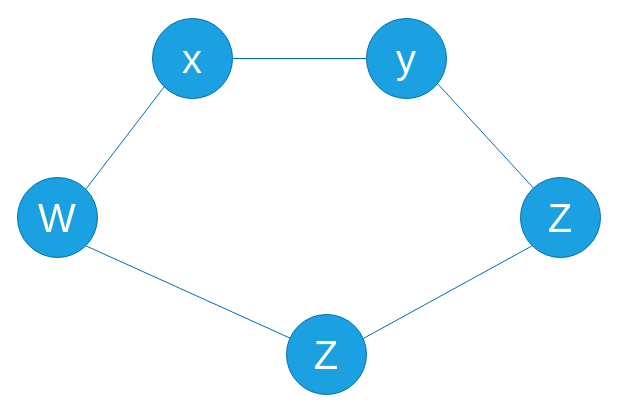
Earlier version of the draw.io diagram page "Shortest Path" (4 of 5) of code/graph/graphPracticeFreeCodecamp/user.dio (ArshilHapani/DSA-Practice). Source tidied: cells renumbered, new cells numbered last; positions are measured from the earlier drawing's top-left corner, leaving out a move shared by most shapes. Both pictures are drawn from the tidied source at 100%, with x=0, y=0 at pixel (17, 18).
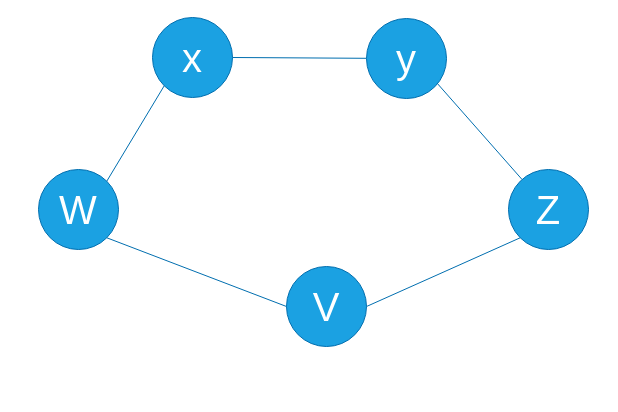
Above is the later version.

The edit, as a diff of the source:
```diff
@@
 <mxGraphModel>
   <root>
     <mxCell id="0" />
     <mxCell id="1" parent="0" />
     <mxCell id="2" style="edgeStyle=none;html=1;endArrow=none;endFill=0;strokeColor=#006EAF;fillColor=#1ba1e2;fontSize=40;" parent="1" edge="1" source="3" target="4">
       <mxGeometry relative="1" as="geometry" />
     </mxCell>
     <mxCell id="3" value="x" style="ellipse;whiteSpace=wrap;html=1;strokeColor=#006EAF;fillColor=#1ba1e2;fontColor=#ffffff;fontSize=40;" parent="1" vertex="1">
-      <mxGeometry x="135" width="80" height="80" as="geometry" />
+      <mxGeometry x="135" y="-1" width="80" height="80" as="geometry" />
     </mxCell>
     <mxCell id="4" value="y" style="ellipse;whiteSpace=wrap;html=1;strokeColor=#006EAF;fillColor=#1ba1e2;fontColor=#ffffff;fontSize=40;" parent="1" vertex="1">
       <mxGeometry x="349" width="80" height="80" as="geometry" />
     </mxCell>
-    <mxCell id="5" style="edgeStyle=none;html=1;exitX=0;exitY=1;exitDx=0;exitDy=0;endArrow=none;endFill=0;strokeColor=#006EAF;fillColor=#1ba1e2;fontSize=40;" parent="1" edge="1" source="6">
-      <mxGeometry relative="1" as="geometry">
-        <mxPoint x="344" y="321" as="targetPoint" />
-      </mxGeometry>
+    <mxCell id="5" style="edgeStyle=none;html=1;exitX=0;exitY=1;exitDx=0;exitDy=0;endArrow=none;endFill=0;strokeColor=#006EAF;fillColor=#1ba1e2;fontSize=40;entryX=1;entryY=0.5;entryDx=0;entryDy=0;" parent="1" edge="1" source="6" target="9">
+      <mxGeometry relative="1" as="geometry" />
     </mxCell>
     <mxCell id="6" value="Z" style="ellipse;whiteSpace=wrap;html=1;strokeColor=#006EAF;fillColor=#1ba1e2;fontColor=#ffffff;fontSize=40;" parent="1" vertex="1">
-      <mxGeometry x="503" y="159" width="80" height="80" as="geometry" />
+      <mxGeometry x="491" y="151" width="80" height="80" as="geometry" />
     </mxCell>
     <mxCell id="7" style="edgeStyle=none;html=1;endArrow=none;endFill=0;exitX=0.883;exitY=0.809;exitDx=0;exitDy=0;exitPerimeter=0;strokeColor=#006EAF;fillColor=#1ba1e2;fontSize=40;" parent="1" edge="1" source="4" target="6">
       <mxGeometry relative="1" as="geometry" />
     </mxCell>
-    <mxCell id="8" style="edgeStyle=none;html=1;entryX=1;entryY=1;entryDx=0;entryDy=0;endArrow=none;endFill=0;strokeColor=#006EAF;fillColor=#1ba1e2;fontSize=40;" parent="1" edge="1" source="9" target="11">
+    <mxCell id="8" style="edgeStyle=none;html=1;entryX=1;entryY=1;entryDx=0;entryDy=0;endArrow=none;endFill=0;strokeColor=#006EAF;fillColor=#1ba1e2;fontSize=40;exitX=0;exitY=0.5;exitDx=0;exitDy=0;" parent="1" edge="1" source="9" target="11">
       <mxGeometry relative="1" as="geometry" />
     </mxCell>
-    <mxCell id="9" value="Z" style="ellipse;whiteSpace=wrap;html=1;strokeColor=#006EAF;fillColor=#1ba1e2;fontColor=#ffffff;fontSize=40;" parent="1" vertex="1">
-      <mxGeometry x="269" y="296" width="80" height="80" as="geometry" />
+    <mxCell id="9" value="V" style="ellipse;whiteSpace=wrap;html=1;strokeColor=#006EAF;fillColor=#1ba1e2;fontColor=#ffffff;fontSize=40;" parent="1" vertex="1">
+      <mxGeometry x="269" y="248" width="80" height="80" as="geometry" />
     </mxCell>
     <mxCell id="10" style="edgeStyle=none;html=1;exitX=1;exitY=0;exitDx=0;exitDy=0;entryX=0;entryY=1;entryDx=0;entryDy=0;endArrow=none;endFill=0;strokeColor=#006EAF;fillColor=#1ba1e2;fontSize=40;" parent="1" edge="1" source="11" target="3">
       <mxGeometry relative="1" as="geometry" />
     </mxCell>
     <mxCell id="11" value="W" style="ellipse;whiteSpace=wrap;html=1;strokeColor=#006EAF;fillColor=#1ba1e2;fontColor=#ffffff;fontSize=40;" parent="1" vertex="1">
-      <mxGeometry y="159" width="80" height="80" as="geometry" />
+      <mxGeometry x="21" y="151" width="80" height="80" as="geometry" />
     </mxCell>
   </root>
 </mxGraphModel>
```
